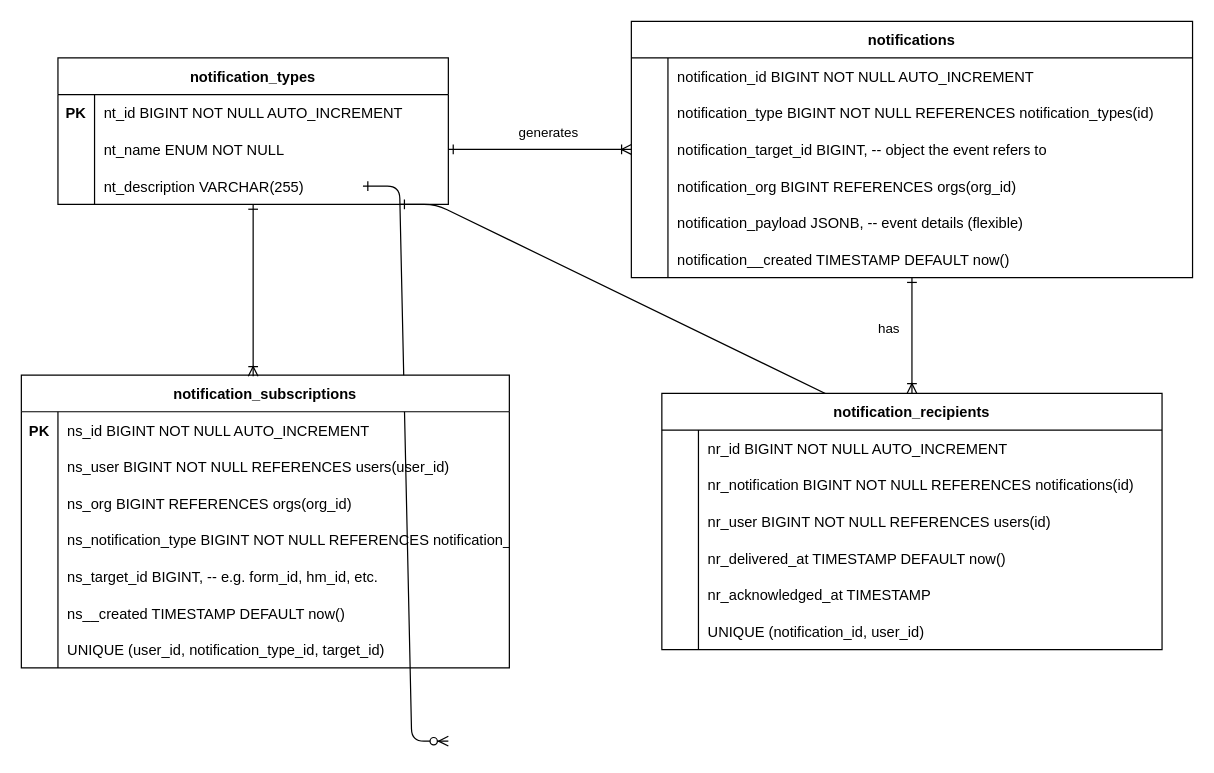
bkealy-halocare/drawio-diagrams keeps this draw.io diagram as notification.drawio. Above is the earlier version. Source tidied: cells renumbered, new cells numbered last; positions are measured from the earlier drawing's top-left corner, leaving out a move shared by most shapes. Both pictures are drawn from the tidied source at 122%, with x=0, y=0 at pixel (21, 21).
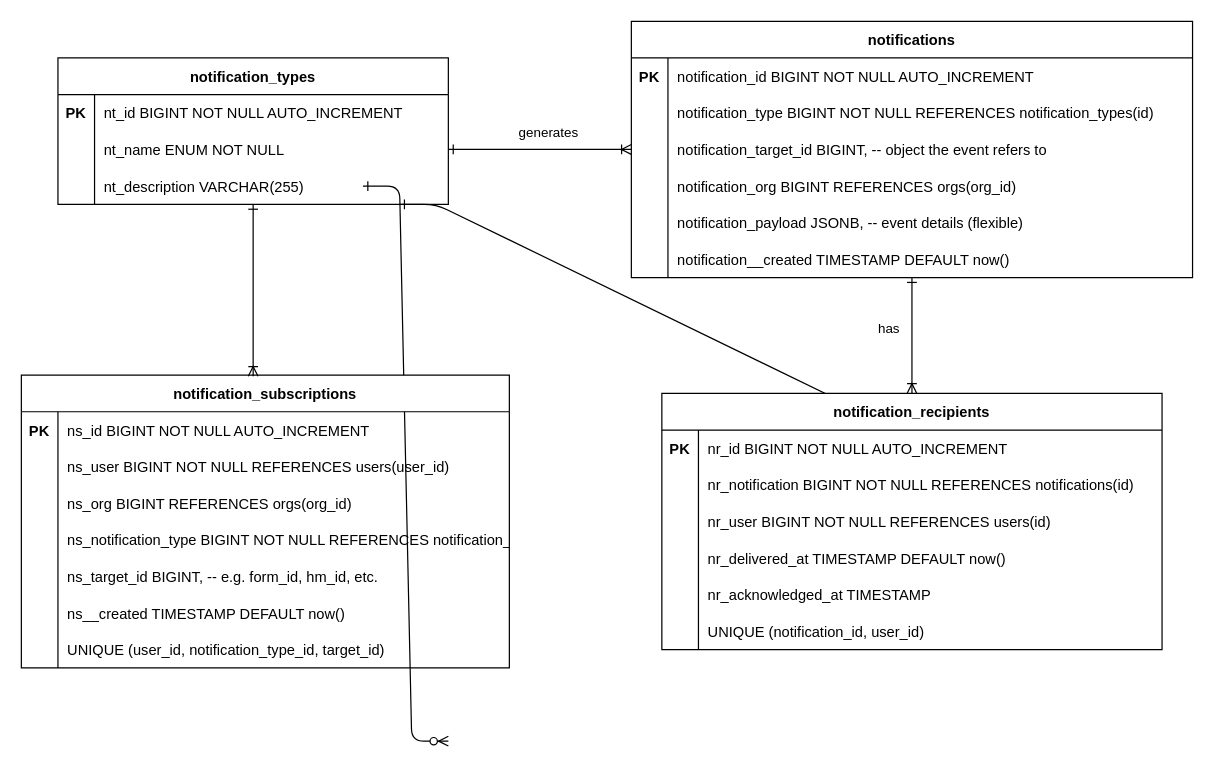
Above is the later version.

Unchanged cells that the change refers to:
```xml
<mxCell id="39" style="shape=tableRow;horizontal=0;startSize=0;swimlaneHead=0;swimlaneBody=0;fillColor=none;strokeColor=inherit;top=0;left=0;right=0;bottom=0;" parent="38" vertex="1">
  <mxGeometry y="30" width="460" height="30" as="geometry" />
</mxCell>
<mxCell id="58" style="shape=tableRow;horizontal=0;startSize=0;swimlaneHead=0;swimlaneBody=0;fillColor=none;strokeColor=inherit;top=0;left=0;right=0;bottom=0;" parent="57" vertex="1">
  <mxGeometry y="30" width="410" height="30" as="geometry" />
</mxCell>
```

What changed in the source:
```diff
@@
-    <mxCell id="40" style="shape=partialRectangle;overflow=hidden;fillColor=none;strokeColor=inherit;top=0;left=0;bottom=0;right=0;" parent="39" vertex="1">
+    <mxCell id="40" value="PK" style="shape=partialRectangle;overflow=hidden;fillColor=none;strokeColor=inherit;top=0;left=0;bottom=0;right=0;fontStyle=1;" parent="39" vertex="1">
       <mxGeometry width="30" height="30" as="geometry" />
     </mxCell>
@@
-    <mxCell id="59" style="shape=partialRectangle;overflow=hidden;fillColor=none;strokeColor=inherit;top=0;left=0;bottom=0;right=0;" parent="58" vertex="1">
+    <mxCell id="59" value="PK" style="shape=partialRectangle;overflow=hidden;fillColor=none;strokeColor=inherit;top=0;left=0;bottom=0;right=0;fontStyle=1;" parent="58" vertex="1">
       <mxGeometry width="30" height="30" as="geometry" />
     </mxCell>
```
